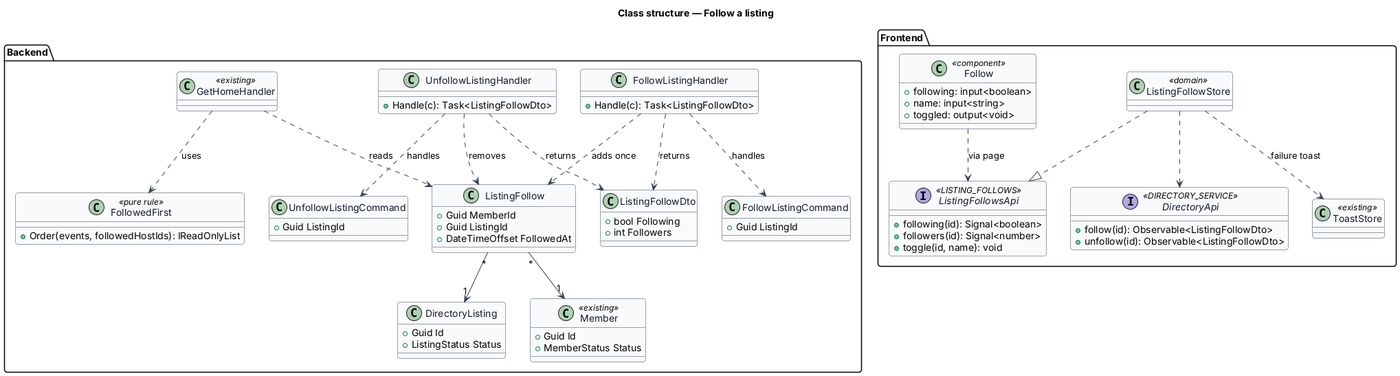
QuinntyneBrown/christian-fitness keeps this PlantUML diagram as docs/detailed-designs/directory/follow-listing/diagrams/class.png. Above is the earlier version. Source of this version:
```plantuml
@startuml
skinparam backgroundColor #FFFFFF
skinparam shadowing false
skinparam roundcorner 8
skinparam defaultFontName Arial
skinparam ArrowColor #344054
skinparam class {
  BorderColor #344054
  FontColor #101828
  BackgroundColor #F9FAFB
}
title Class structure — Follow a listing

package "Backend" {
  class ListingFollow {
    +Guid MemberId
    +Guid ListingId
    +DateTimeOffset FollowedAt
  }
  class DirectoryListing {
    +Guid Id
    +ListingStatus Status
  }
  class Member <<existing>> {
    +Guid Id
    +MemberStatus Status
  }
  class FollowListingCommand {
    +Guid ListingId
  }
  class UnfollowListingCommand {
    +Guid ListingId
  }
  class FollowListingHandler {
    +Handle(c): Task<ListingFollowDto>
  }
  class UnfollowListingHandler {
    +Handle(c): Task<ListingFollowDto>
  }
  class ListingFollowDto {
    +bool Following
    +int Followers
  }
  class GetHomeHandler <<existing>>
  class FollowedFirst <<pure rule>> {
    +Order(events, followedHostIds): IReadOnlyList
  }
}

package "Frontend" {
  interface DirectoryApi <<DIRECTORY_SERVICE>> {
    +follow(id): Observable<ListingFollowDto>
    +unfollow(id): Observable<ListingFollowDto>
  }
  interface ListingFollowsApi <<LISTING_FOLLOWS>> {
    +following(id): Signal<boolean>
    +followers(id): Signal<number>
    +toggle(id, name): void
  }
  class ListingFollowStore <<domain>>
  class ToastStore <<existing>>
  class Follow <<component>> {
    +following: input<boolean>
    +name: input<string>
    +toggled: output<void>
  }
}

ListingFollow "*" --> "1" DirectoryListing
ListingFollow "*" --> "1" Member
FollowListingHandler ..> FollowListingCommand : handles
UnfollowListingHandler ..> UnfollowListingCommand : handles
FollowListingHandler ..> ListingFollow : adds once
UnfollowListingHandler ..> ListingFollow : removes
FollowListingHandler ..> ListingFollowDto : returns
UnfollowListingHandler ..> ListingFollowDto : returns
GetHomeHandler ..> FollowedFirst : uses
GetHomeHandler ..> ListingFollow : reads
ListingFollowStore ..|> ListingFollowsApi
ListingFollowStore ..> DirectoryApi
ListingFollowStore ..> ToastStore : failure toast
Follow ..> ListingFollowsApi : via page
@enduml
```
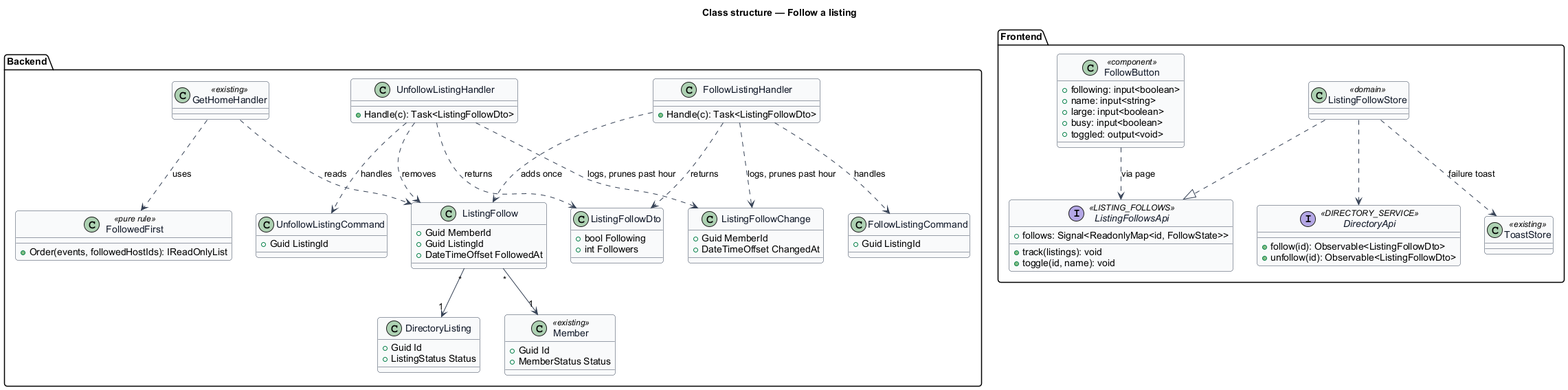
Above is the later version.

Commit message:
Journey 8: settle the follow rules in ADR 0088 and align the design

What changed in the source:
```diff
@@ -16,6 +16,10 @@
     +Guid MemberId
     +Guid ListingId
     +DateTimeOffset FollowedAt
+  }
+  class ListingFollowChange {
+    +Guid MemberId
+    +DateTimeOffset ChangedAt
   }
   class DirectoryListing {
     +Guid Id
@@ -53,15 +57,17 @@
     +unfollow(id): Observable<ListingFollowDto>
   }
   interface ListingFollowsApi <<LISTING_FOLLOWS>> {
-    +following(id): Signal<boolean>
-    +followers(id): Signal<number>
+    +follows: Signal<ReadonlyMap<id, FollowState>>
+    +track(listings): void
     +toggle(id, name): void
   }
   class ListingFollowStore <<domain>>
   class ToastStore <<existing>>
-  class Follow <<component>> {
+  class FollowButton <<component>> {
     +following: input<boolean>
     +name: input<string>
+    +large: input<boolean>
+    +busy: input<boolean>
     +toggled: output<void>
   }
 }
@@ -79,5 +85,7 @@
 ListingFollowStore ..|> ListingFollowsApi
 ListingFollowStore ..> DirectoryApi
 ListingFollowStore ..> ToastStore : failure toast
-Follow ..> ListingFollowsApi : via page
+FollowButton ..> ListingFollowsApi : via page
+FollowListingHandler ..> ListingFollowChange : logs, prunes past hour
+UnfollowListingHandler ..> ListingFollowChange : logs, prunes past hour
 @enduml
```
